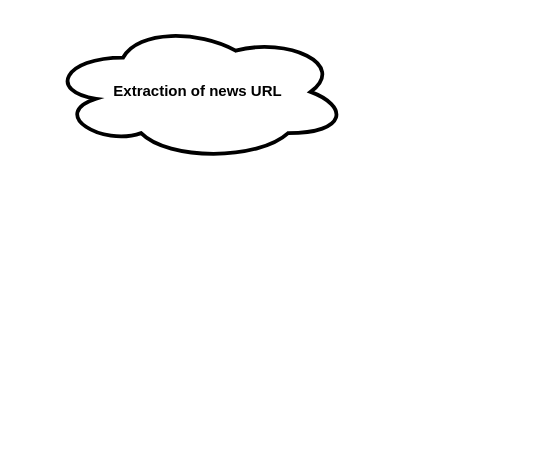
The draw.io diagram page "Page-2" (2 of 2) of Motaleb/Untitled Diagram.drawio in minhazul-alam/News_Gen, before the edit. Source tidied: cells renumbered, new cells numbered last; positions are measured from the earlier drawing's top-left corner, leaving out a move shared by most shapes. Both pictures are drawn from the tidied source at 125%, with x=0, y=0 at pixel (48, 22).
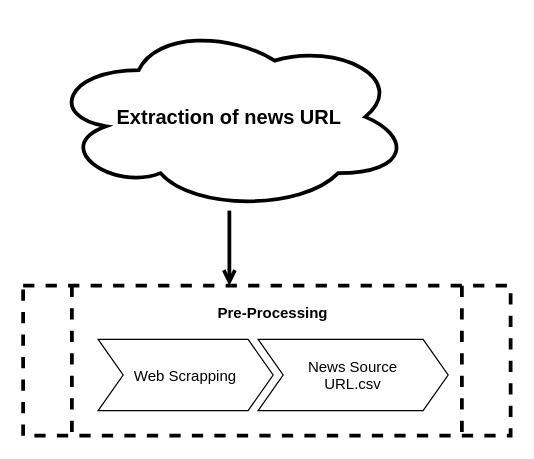
After the change.

Change to the diagram source:
```diff
@@
 <mxGraphModel>
   <root>
     <mxCell id="0" />
     <mxCell id="1" parent="0" />
+    <mxCell id="3" style="edgeStyle=orthogonalEdgeStyle;rounded=0;jettySize=auto;html=1;startArrow=none;startFill=0;endArrow=open;endFill=0;targetPerimeterSpacing=1;strokeWidth=3;" parent="1" edge="1" source="2">
+      <mxGeometry relative="1" as="geometry">
+        <mxPoint x="145" y="210" as="targetPoint" />
+      </mxGeometry>
+    </mxCell>
-    <mxCell id="2" value="&lt;b style=&quot;white-space: normal&quot;&gt;Extraction of news URL&lt;/b&gt;" style="ellipse;shape=cloud;whiteSpace=wrap;html=1;strokeColor=#000000;strokeWidth=3;fillColor=none;gradientColor=#ffffff;" parent="1" vertex="1">
-      <mxGeometry width="240" height="110" as="geometry" />
+    <mxCell id="2" value="&lt;b style=&quot;white-space: normal&quot;&gt;&lt;font style=&quot;font-size: 16px&quot;&gt;Extraction of news URL&lt;/font&gt;&lt;/b&gt;" style="ellipse;shape=cloud;whiteSpace=wrap;html=1;strokeColor=#000000;strokeWidth=3;fillColor=none;gradientColor=#ffffff;" parent="1" vertex="1">
+      <mxGeometry width="290" height="150" as="geometry" />
     </mxCell>
+    <mxCell id="4" style="shape=process;whiteSpace=wrap;html=1;backgroundOutline=1;strokeColor=#000000;strokeWidth=3;fillColor=none;gradientColor=#ffffff;dashed=1;" parent="1" vertex="1">
+      <mxGeometry x="-20" y="210" width="390" height="120" as="geometry" />
+    </mxCell>
+    <mxCell id="5" value="Pre-Processing" style="swimlane;horizontal=1;fillColor=none;strokeColor=none;stackBorder=10;align=center;fontColor=#000000;dashed=1;" parent="1" vertex="1">
+      <mxGeometry x="30" y="220" width="300" height="100" as="geometry" />
+    </mxCell>
+    <mxCell id="6" value="Web Scrapping" style="shape=step;perimeter=stepPerimeter;fixedSize=1;" parent="5" vertex="1">
+      <mxGeometry x="10" y="33" width="140" height="57" as="geometry" />
+    </mxCell>
+    <mxCell id="7" value="News Source &#10;URL.csv" style="shape=step;perimeter=stepPerimeter;fixedSize=1;" parent="5" vertex="1">
+      <mxGeometry x="138" y="33" width="152" height="57" as="geometry" />
+    </mxCell>
   </root>
 </mxGraphModel>
```
